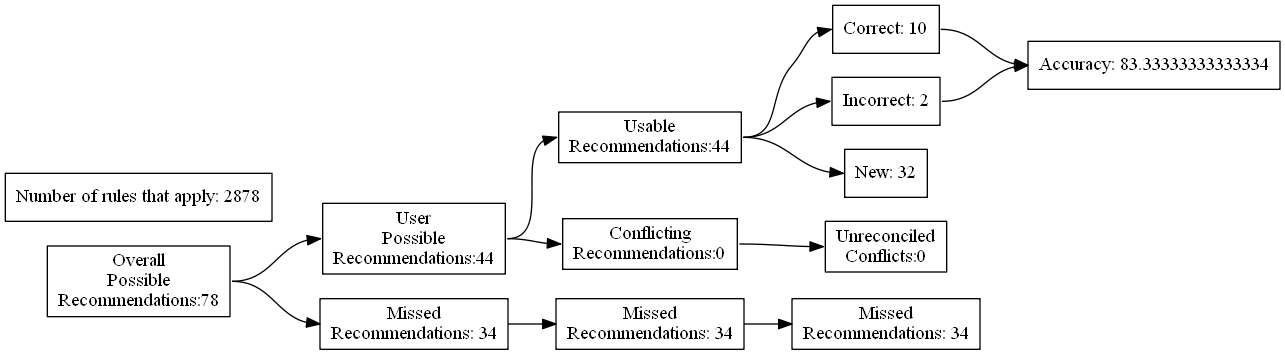
Earlier version of the Graphviz export test_renders/26.gv.png (ZaxR/ibd_diet_analysis). Its source is kept beside it as test_renders/26.gv.
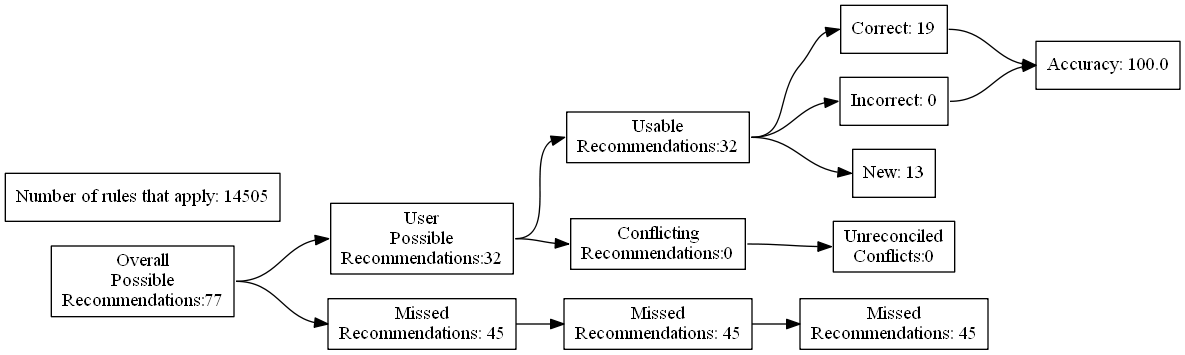
After the commit.

Change to the diagram source:
```diff
@@ -4,27 +4,27 @@
 	edge [headport=w tailport=e]
 		A [label="Overall
 Possible
-Recommendations:78"]
+Recommendations:77"]
 		B [label="User
 Possible
-Recommendations:44"]
+Recommendations:32"]
 		C [label="Missed
-Recommendations: 34"]
+Recommendations: 45"]
 		D [label="Usable
-Recommendations:44"]
+Recommendations:32"]
 		E [label="Conflicting
 Recommendations:0"]
 		J [label="Missed
-Recommendations: 34"]
+Recommendations: 45"]
 		M [label="Unreconciled
 Conflicts:0"]
-		F [label="Correct: 10"]
-		G [label="Incorrect: 2"]
-		H [label="New: 32"]
+		F [label="Correct: 19"]
+		G [label="Incorrect: 0"]
+		H [label="New: 13"]
 		K [label="Missed
-Recommendations: 34"]
-		I [label="Accuracy: 83.33333333333334"]
-		l [label="Number of rules that apply: 2878"]
+Recommendations: 45"]
+		I [label="Accuracy: 100.0"]
+		l [label="Number of rules that apply: 14505"]
 			A -> B
 			A -> C
 			B -> D
```
